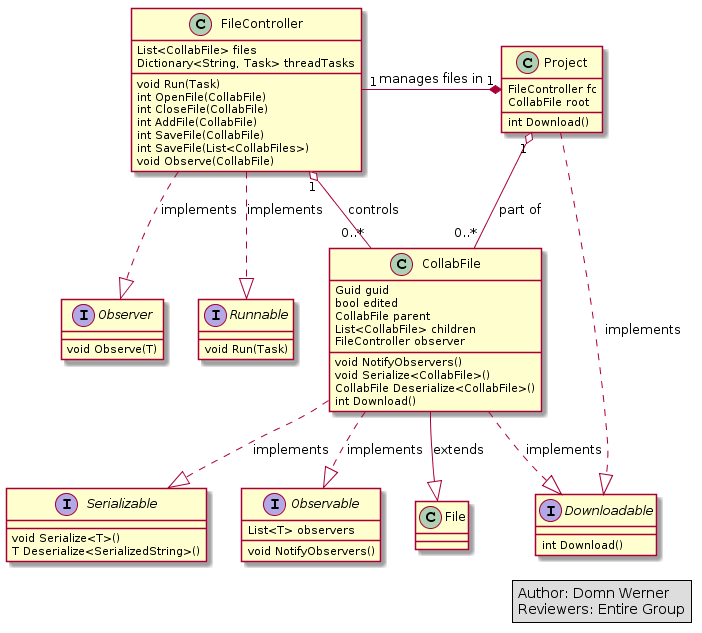
Above: doc/SSRS/images/ClassDiagrams/FileManagement.png in cs383-4/sQuire (PlantUML), before the change.
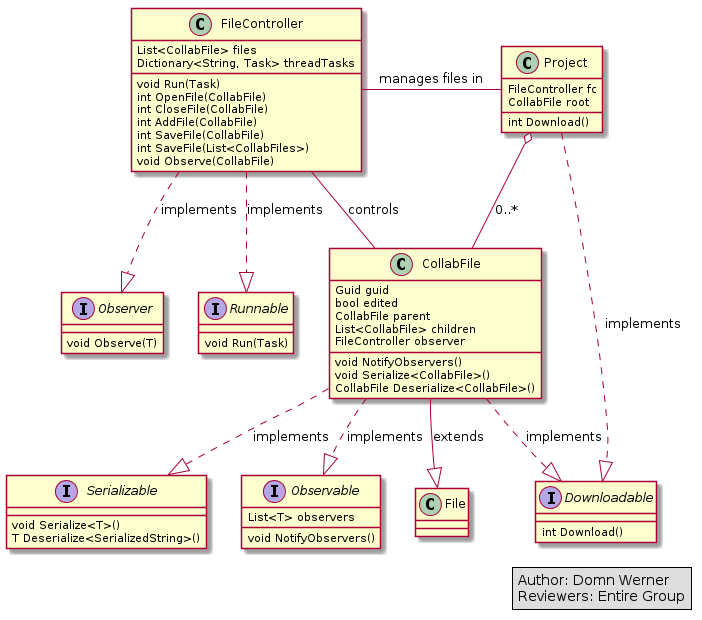
Above is the later version.

Change to the diagram source:
```diff
@@ -1,4 +1,5 @@
 @startuml
+
 legend right
     Author: Domn Werner
     Reviewers: Entire Group
@@ -39,9 +40,9 @@
 FileController ..|> Observer : implements
 FileController ..|> Runnable : implements
 
-CollabFile "0..*" --o "1" Project : part of
-FileController "1" o-- "0..*" CollabFile : controls
-FileController "1" -left-* "1" Project : manages files in
+CollabFile --o Project : 0..*
+FileController -- CollabFile : controls
+FileController -right- Project : manages files in
 
 class CollabFile {
     Guid guid
@@ -53,7 +54,6 @@
     void NotifyObservers()
     void Serialize<CollabFile>()
     CollabFile Deserialize<CollabFile>()
-    int Download()
 }
 
 CollabFile --|> File : extends
```
